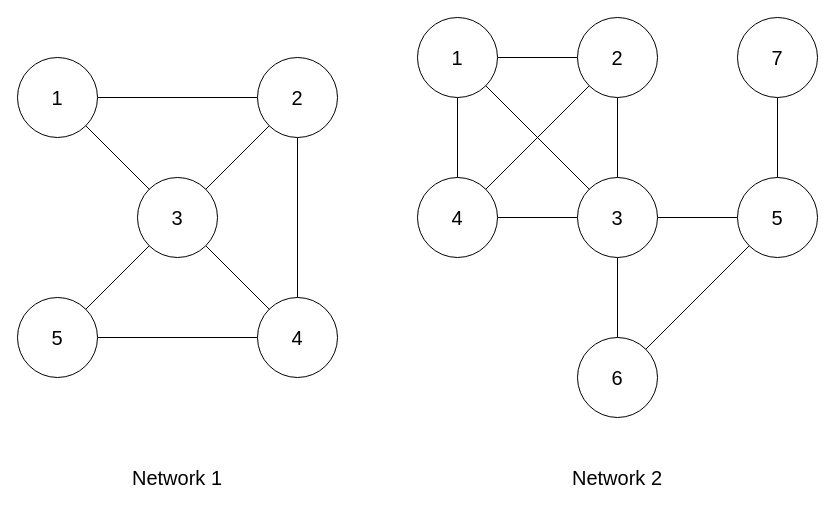
Before: node-ranking/networks.drawio in mrcaidev/comprehensive-curriculum-design-of-data-analysis, a draw.io diagram. Source tidied: cells renumbered, new cells numbered last; positions are measured from the earlier drawing's top-left corner, leaving out a move shared by most shapes. Both pictures are drawn from the tidied source at 100%, with x=0, y=0 at pixel (17, 17).
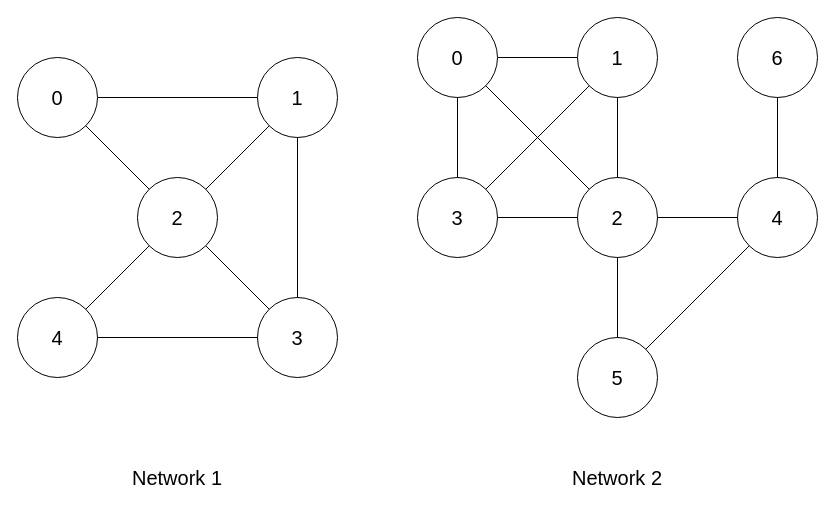
The same page after the edit.

Commit message:
style: graph node index starts from 0

The edit, as a diff of the source:
```diff
@@
-    <mxCell id="3" value="1" style="ellipse;whiteSpace=wrap;html=1;fontSize=20;" parent="1" vertex="1">
+    <mxCell id="3" value="0" style="ellipse;whiteSpace=wrap;html=1;fontSize=20;" parent="1" vertex="1">
       <mxGeometry x="400" width="80" height="80" as="geometry" />
     </mxCell>
-    <mxCell id="4" value="2" style="ellipse;whiteSpace=wrap;html=1;fontSize=20;" parent="1" vertex="1">
+    <mxCell id="4" value="1" style="ellipse;whiteSpace=wrap;html=1;fontSize=20;" parent="1" vertex="1">
       <mxGeometry x="560" width="80" height="80" as="geometry" />
     </mxCell>
-    <mxCell id="5" value="4" style="ellipse;whiteSpace=wrap;html=1;fontSize=20;" parent="1" vertex="1">
+    <mxCell id="5" value="3" style="ellipse;whiteSpace=wrap;html=1;fontSize=20;" parent="1" vertex="1">
       <mxGeometry x="400" y="160" width="80" height="80" as="geometry" />
     </mxCell>
-    <mxCell id="6" value="5" style="ellipse;whiteSpace=wrap;html=1;fontSize=20;" parent="1" vertex="1">
+    <mxCell id="6" value="4" style="ellipse;whiteSpace=wrap;html=1;fontSize=20;" parent="1" vertex="1">
       <mxGeometry x="720" y="160" width="80" height="80" as="geometry" />
     </mxCell>
-    <mxCell id="7" value="3" style="ellipse;whiteSpace=wrap;html=1;fontSize=20;" parent="1" vertex="1">
+    <mxCell id="7" value="2" style="ellipse;whiteSpace=wrap;html=1;fontSize=20;" parent="1" vertex="1">
       <mxGeometry x="560" y="160" width="80" height="80" as="geometry" />
     </mxCell>
@@
-    <mxCell id="11" value="6" style="ellipse;whiteSpace=wrap;html=1;fontSize=20;" parent="1" vertex="1">
+    <mxCell id="11" value="5" style="ellipse;whiteSpace=wrap;html=1;fontSize=20;" parent="1" vertex="1">
       <mxGeometry x="560" y="320" width="80" height="80" as="geometry" />
     </mxCell>
@@
-    <mxCell id="15" value="7" style="ellipse;whiteSpace=wrap;html=1;fontSize=20;" parent="1" vertex="1">
+    <mxCell id="15" value="6" style="ellipse;whiteSpace=wrap;html=1;fontSize=20;" parent="1" vertex="1">
       <mxGeometry x="720" width="80" height="80" as="geometry" />
     </mxCell>
@@
-    <mxCell id="18" value="1" style="ellipse;whiteSpace=wrap;html=1;fontSize=20;" parent="1" vertex="1">
+    <mxCell id="18" value="0" style="ellipse;whiteSpace=wrap;html=1;fontSize=20;" parent="1" vertex="1">
       <mxGeometry y="40" width="80" height="80" as="geometry" />
     </mxCell>
-    <mxCell id="19" value="2" style="ellipse;whiteSpace=wrap;html=1;fontSize=20;" parent="1" vertex="1">
+    <mxCell id="19" value="1" style="ellipse;whiteSpace=wrap;html=1;fontSize=20;" parent="1" vertex="1">
       <mxGeometry x="240" y="40" width="80" height="80" as="geometry" />
     </mxCell>
-    <mxCell id="20" value="5" style="ellipse;whiteSpace=wrap;html=1;fontSize=20;" parent="1" vertex="1">
+    <mxCell id="20" value="4" style="ellipse;whiteSpace=wrap;html=1;fontSize=20;" parent="1" vertex="1">
       <mxGeometry y="280" width="80" height="80" as="geometry" />
     </mxCell>
-    <mxCell id="21" value="4" style="ellipse;whiteSpace=wrap;html=1;fontSize=20;" parent="1" vertex="1">
+    <mxCell id="21" value="3" style="ellipse;whiteSpace=wrap;html=1;fontSize=20;" parent="1" vertex="1">
       <mxGeometry x="240" y="280" width="80" height="80" as="geometry" />
     </mxCell>
@@
-    <mxCell id="25" value="3" style="ellipse;whiteSpace=wrap;html=1;fontSize=20;" parent="1" vertex="1">
+    <mxCell id="25" value="2" style="ellipse;whiteSpace=wrap;html=1;fontSize=20;" parent="1" vertex="1">
       <mxGeometry x="120" y="160" width="80" height="80" as="geometry" />
     </mxCell>
```
